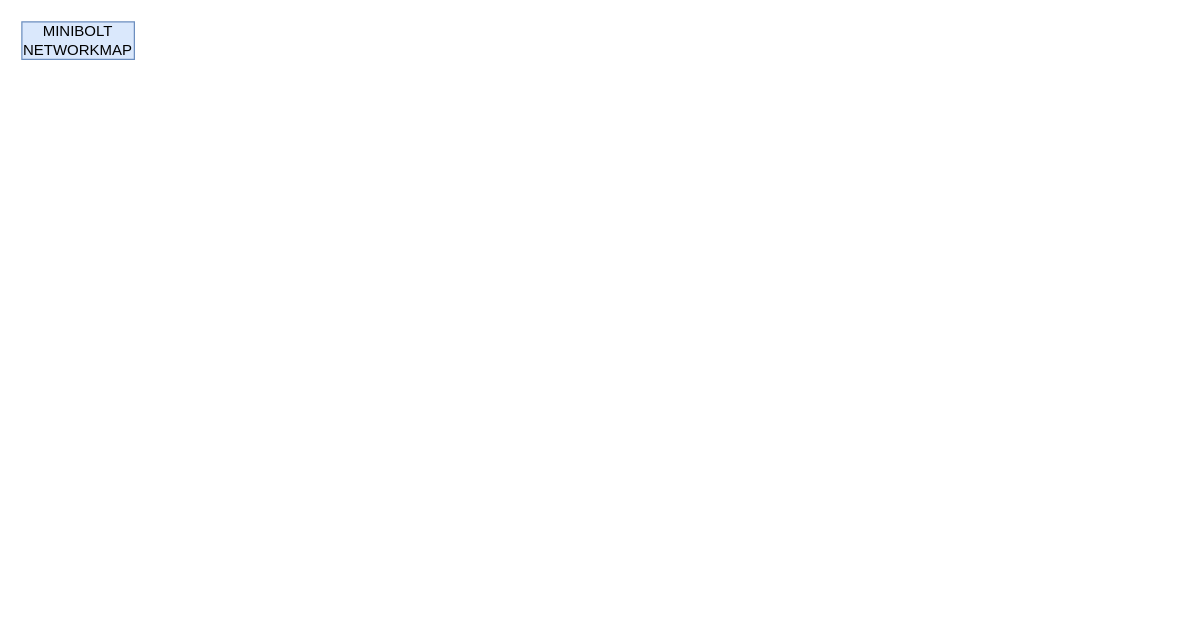
Above: resources/networkmap.drawio in minibolt-guide/minibolt (draw.io), before the change. Source tidied: cells renumbered, new cells numbered last; positions are measured from the earlier drawing's top-left corner, leaving out a move shared by most shapes. Both pictures are drawn from the tidied source at 125%, with x=0, y=0 at pixel (21, 21).
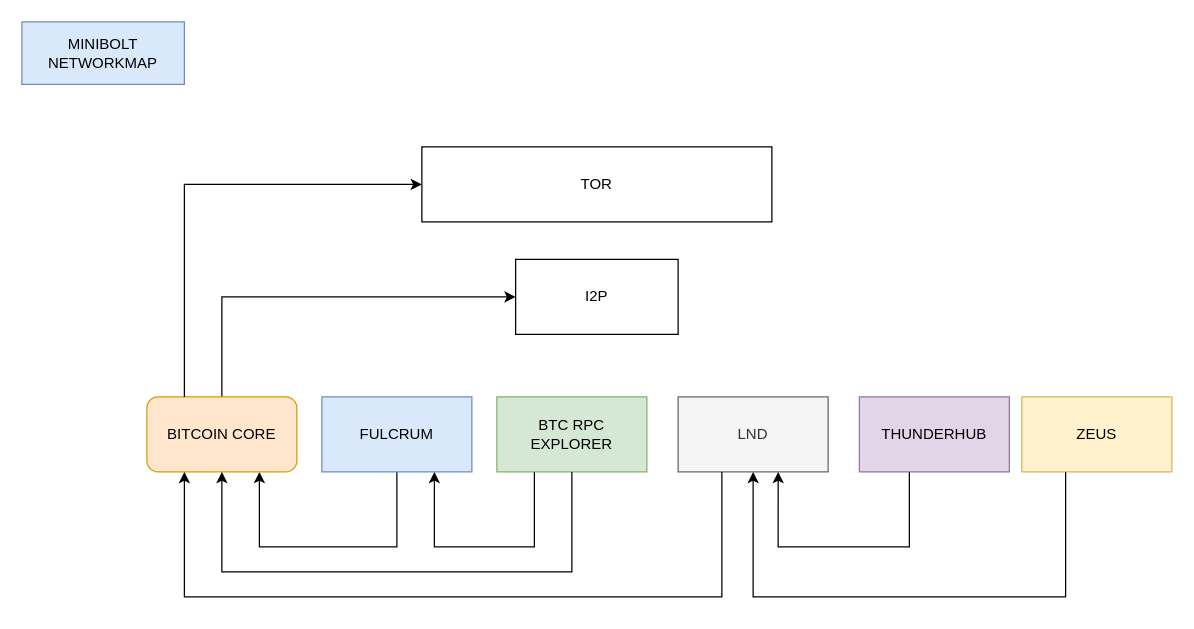
After the change.

What changed in the source:
```diff
@@
     <mxCell id="2" value="MINIBOLT NETWORKMAP" style="text;html=1;strokeColor=#6c8ebf;fillColor=#dae8fc;align=center;verticalAlign=middle;whiteSpace=wrap;rounded=0;" parent="1" vertex="1">
-      <mxGeometry width="90" height="30" as="geometry" />
+      <mxGeometry width="130" height="50" as="geometry" />
     </mxCell>
+    <mxCell id="3" value="TOR" style="rounded=0;whiteSpace=wrap;html=1;" parent="1" vertex="1">
+      <mxGeometry x="320" y="100" width="280" height="60" as="geometry" />
+    </mxCell>
+    <mxCell id="4" style="edgeStyle=orthogonalEdgeStyle;rounded=0;jettySize=auto;html=1;exitX=0.5;exitY=0;exitDx=0;exitDy=0;" parent="1" edge="1" source="7" target="5">
+      <mxGeometry relative="1" as="geometry">
+        <Array as="points">
+          <mxPoint x="160" y="220" />
+        </Array>
+      </mxGeometry>
+    </mxCell>
+    <mxCell id="5" value="I2P" style="rounded=0;whiteSpace=wrap;html=1;" parent="1" vertex="1">
+      <mxGeometry x="395" y="190" width="130" height="60" as="geometry" />
+    </mxCell>
+    <mxCell id="6" style="edgeStyle=orthogonalEdgeStyle;rounded=0;jettySize=auto;html=1;exitX=0.5;exitY=1;exitDx=0;exitDy=0;" parent="1" edge="1" source="8" target="7">
+      <mxGeometry relative="1" as="geometry">
+        <Array as="points">
+          <mxPoint x="300" y="420" />
+          <mxPoint x="190" y="420" />
+        </Array>
+      </mxGeometry>
+    </mxCell>
+    <mxCell id="7" value="BITCOIN CORE" style="rounded=1;whiteSpace=wrap;html=1;fillColor=#ffe6cc;strokeColor=#d79b00;" parent="1" vertex="1">
+      <mxGeometry x="100" y="300" width="120" height="60" as="geometry" />
+    </mxCell>
+    <mxCell id="8" value="FULCRUM" style="rounded=0;whiteSpace=wrap;html=1;fillColor=#dae8fc;strokeColor=#6c8ebf;" parent="1" vertex="1">
+      <mxGeometry x="240" y="300" width="120" height="60" as="geometry" />
+    </mxCell>
+    <mxCell id="9" value="BTC RPC EXPLORER" style="rounded=0;whiteSpace=wrap;html=1;fillColor=#d5e8d4;strokeColor=#82b366;" parent="1" vertex="1">
+      <mxGeometry x="380" y="300" width="120" height="60" as="geometry" />
+    </mxCell>
+    <mxCell id="10" value="LND" style="rounded=0;whiteSpace=wrap;html=1;fillColor=#f5f5f5;fontColor=#333333;strokeColor=#666666;" parent="1" vertex="1">
+      <mxGeometry x="525" y="300" width="120" height="60" as="geometry" />
+    </mxCell>
+    <mxCell id="11" value="THUNDERHUB" style="rounded=0;whiteSpace=wrap;html=1;fillColor=#e1d5e7;strokeColor=#9673a6;" parent="1" vertex="1">
+      <mxGeometry x="670" y="300" width="120" height="60" as="geometry" />
+    </mxCell>
+    <mxCell id="12" style="edgeStyle=orthogonalEdgeStyle;rounded=0;jettySize=auto;html=1;exitX=0.5;exitY=0;exitDx=0;exitDy=0;entryX=0;entryY=0.5;entryDx=0;entryDy=0;" parent="1" edge="1" target="3">
+      <mxGeometry relative="1" as="geometry">
+        <mxPoint x="130" y="300" as="sourcePoint" />
+        <Array as="points">
+          <mxPoint x="130" y="130" />
+        </Array>
+      </mxGeometry>
+    </mxCell>
+    <mxCell id="13" style="edgeStyle=orthogonalEdgeStyle;rounded=0;orthogonalLoop=1;jettySize=auto;html=1;" parent="1" edge="1">
+      <mxGeometry relative="1" as="geometry">
+        <mxPoint x="440" y="360" as="sourcePoint" />
+        <mxPoint x="160" y="360" as="targetPoint" />
+        <Array as="points">
+          <mxPoint x="440" y="360" />
+          <mxPoint x="440" y="440" />
+          <mxPoint x="160" y="440" />
+        </Array>
+      </mxGeometry>
+    </mxCell>
+    <mxCell id="14" style="edgeStyle=orthogonalEdgeStyle;rounded=0;jettySize=auto;html=1;entryX=0.75;entryY=1;entryDx=0;entryDy=0;exitX=0.25;exitY=1;exitDx=0;exitDy=0;" parent="1" edge="1" source="9" target="8">
+      <mxGeometry relative="1" as="geometry">
+        <Array as="points">
+          <mxPoint x="410" y="420" />
+          <mxPoint x="330" y="420" />
+        </Array>
+      </mxGeometry>
+    </mxCell>
+    <mxCell id="15" style="edgeStyle=orthogonalEdgeStyle;rounded=0;jettySize=auto;html=1;exitX=0.5;exitY=1;exitDx=0;exitDy=0;entryX=0.25;entryY=1;entryDx=0;entryDy=0;" parent="1" edge="1" target="7">
+      <mxGeometry relative="1" as="geometry">
+        <mxPoint x="560" y="360" as="sourcePoint" />
+        <Array as="points">
+          <mxPoint x="560" y="460" />
+          <mxPoint x="130" y="460" />
+        </Array>
+      </mxGeometry>
+    </mxCell>
+    <mxCell id="16" style="edgeStyle=orthogonalEdgeStyle;rounded=0;jettySize=auto;html=1;entryX=0.667;entryY=1;entryDx=0;entryDy=0;exitX=0.25;exitY=1;exitDx=0;exitDy=0;entryPerimeter=0;" parent="1" edge="1" target="10">
+      <mxGeometry relative="1" as="geometry">
+        <mxPoint x="710" y="360" as="sourcePoint" />
+        <Array as="points">
+          <mxPoint x="710" y="420" />
+          <mxPoint x="605" y="420" />
+        </Array>
+      </mxGeometry>
+    </mxCell>
+    <mxCell id="17" value="ZEUS" style="rounded=0;whiteSpace=wrap;html=1;fillColor=#fff2cc;strokeColor=#d6b656;" parent="1" vertex="1">
+      <mxGeometry x="800" y="300" width="120" height="60" as="geometry" />
+    </mxCell>
+    <mxCell id="18" style="edgeStyle=orthogonalEdgeStyle;rounded=0;jettySize=auto;html=1;entryX=0.5;entryY=1;entryDx=0;entryDy=0;exitX=0.25;exitY=1;exitDx=0;exitDy=0;" parent="1" edge="1" target="10">
+      <mxGeometry relative="1" as="geometry">
+        <mxPoint x="835" y="360" as="sourcePoint" />
+        <Array as="points">
+          <mxPoint x="835" y="460" />
+          <mxPoint x="585" y="460" />
+        </Array>
+      </mxGeometry>
+    </mxCell>
```
